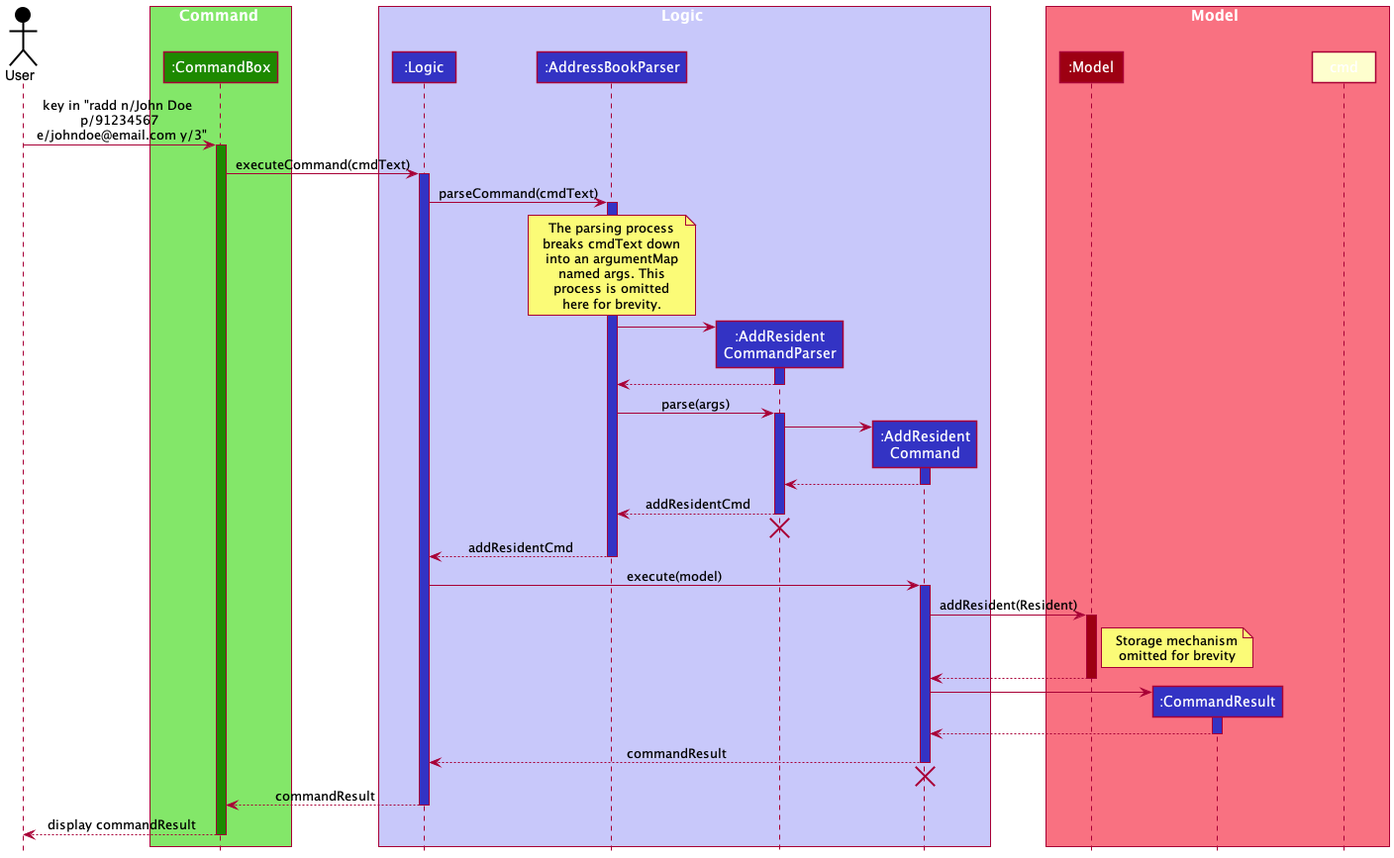
Before: docs/images/resident/AddResidentCommandSeqDiagram.png, a diagram exported from PlantUML (nus-cs2103-AY2021S2/tp). Source of this version:
```plantuml
@startuml
!include ../style.puml

Actor User as user USER_COLOR
box Command UI_COLOR_T1
Participant ":CommandBox" as ui UI_COLOR
end box
box Logic LOGIC_COLOR_T1
Participant ":Logic" as logic LOGIC_COLOR
Participant ":AddressBookParser" as abParser LOGIC_COLOR
Participant ":AddResident\nCommandParser" as arcParser LOGIC_COLOR
Participant ":AddResident\nCommand" as addResidentCmd LOGIC_COLOR
end box
box Model MODEL_COLOR_T1
Participant ":Model" as model MODEL_COLOR
Participant ":CommandResult" as cmdResult LOGIC_COLOR


user -> ui: key in "radd n/John Doe \n p/91234567 \n e/johndoe@email.com y/3"
activate ui UI_COLOR

ui -> logic: executeCommand(cmdText)
activate logic LOGIC_COLOR

logic -> abParser: parseCommand(cmdText)
activate abParser LOGIC_COLOR

note over abParser
The parsing process
breaks cmdText down
into an argumentMap
named args. This
process is omitted
here for brevity.
end note

abParser -> arcParser **:
activate arcParser LOGIC_COLOR
return

abParser -> arcParser: parse(args)
activate arcParser LOGIC_COLOR
arcParser -> addResidentCmd**:
activate addResidentCmd LOGIC_COLOR
return

return addResidentCmd
<-[hidden]-cmd
destroy arcParser
return addResidentCmd

logic -> addResidentCmd: execute(model)
activate addResidentCmd LOGIC_COLOR
addResidentCmd -> model: addResident(Resident)
activate model MODEL_COLOR
note right of model
Storage mechanism
omitted for brevity
end note
return

addResidentCmd -> cmdResult**:
activate cmdResult LOGIC_COLOR
return

return commandResult
<-[hidden]-cmd
destroy addResidentCmd
return commandResult

ui --> user: display commandResult
deactivate

@enduml
```
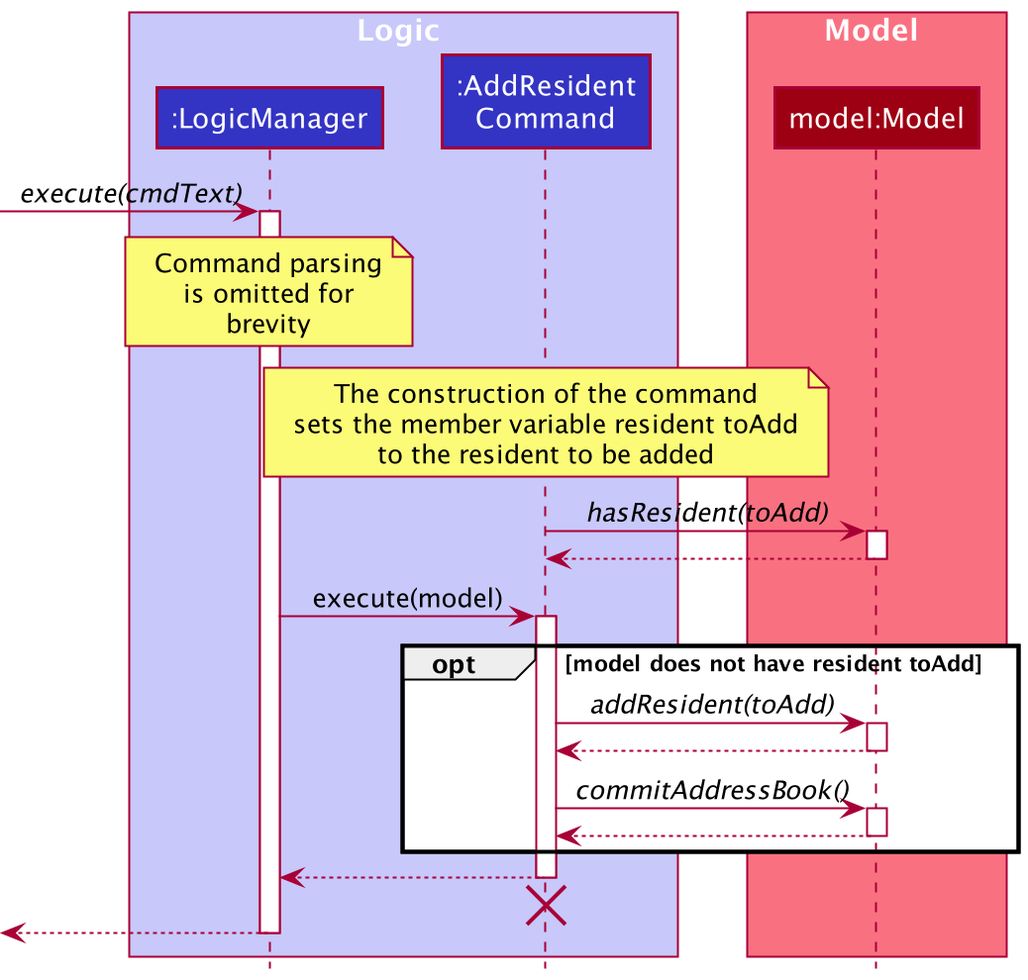
After the commit.

Diff of the diagram source:
```diff
@@ -1,74 +1,48 @@
 @startuml
 !include ../style.puml
 
-Actor User as user USER_COLOR
-box Command UI_COLOR_T1
-Participant ":CommandBox" as ui UI_COLOR
-end box
 box Logic LOGIC_COLOR_T1
-Participant ":Logic" as logic LOGIC_COLOR
-Participant ":AddressBookParser" as abParser LOGIC_COLOR
-Participant ":AddResident\nCommandParser" as arcParser LOGIC_COLOR
+Participant ":LogicManager" as logicmng LOGIC_COLOR
 Participant ":AddResident\nCommand" as addResidentCmd LOGIC_COLOR
 end box
 box Model MODEL_COLOR_T1
-Participant ":Model" as model MODEL_COLOR
-Participant ":CommandResult" as cmdResult LOGIC_COLOR
+Participant "model:Model" as model MODEL_COLOR
+end box
 
-
-user -> ui: key in "radd n/John Doe \n p/91234567 \n e/johndoe@email.com y/3"
-activate ui UI_COLOR
-
-ui -> logic: executeCommand(cmdText)
-activate logic LOGIC_COLOR
-
-logic -> abParser: parseCommand(cmdText)
-activate abParser LOGIC_COLOR
-
-note over abParser
-The parsing process
-breaks cmdText down
-into an argumentMap
-named args. This
-process is omitted
-here for brevity.
+[-> logicmng: //execute(cmdText)//
+activate logicmng
+note over logicmng
+Command parsing
+is omitted for
+brevity
 end note
 
-abParser -> arcParser **:
-activate arcParser LOGIC_COLOR
+note over addResidentCmd
+The construction of the command
+sets the member variable resident toAdd
+to the resident to be added
+end note
+
+addResidentCmd -> model: //hasResident(toAdd)//
+activate model
 return
 
-abParser -> arcParser: parse(args)
-activate arcParser LOGIC_COLOR
-arcParser -> addResidentCmd**:
-activate addResidentCmd LOGIC_COLOR
+logicmng -> addResidentCmd: execute(model)
+activate addResidentCmd
+
+opt model does not have resident toAdd
+addResidentCmd -> model: //addResident(toAdd)//
+activate model
+return
+addResidentCmd -> model: //commitAddressBook()//
+activate model
+
+return
+end
+
+return
+<-[hidden]- addResidentCmd
+destroy addResidentCmd
 return
 
-return addResidentCmd
-<-[hidden]-cmd
-destroy arcParser
-return addResidentCmd
-
-logic -> addResidentCmd: execute(model)
-activate addResidentCmd LOGIC_COLOR
-addResidentCmd -> model: addResident(Resident)
-activate model MODEL_COLOR
-note right of model
-Storage mechanism
-omitted for brevity
-end note
-return
-
-addResidentCmd -> cmdResult**:
-activate cmdResult LOGIC_COLOR
-return
-
-return commandResult
-<-[hidden]-cmd
-destroy addResidentCmd
-return commandResult
-
-ui --> user: display commandResult
-deactivate
-
 @enduml
```
